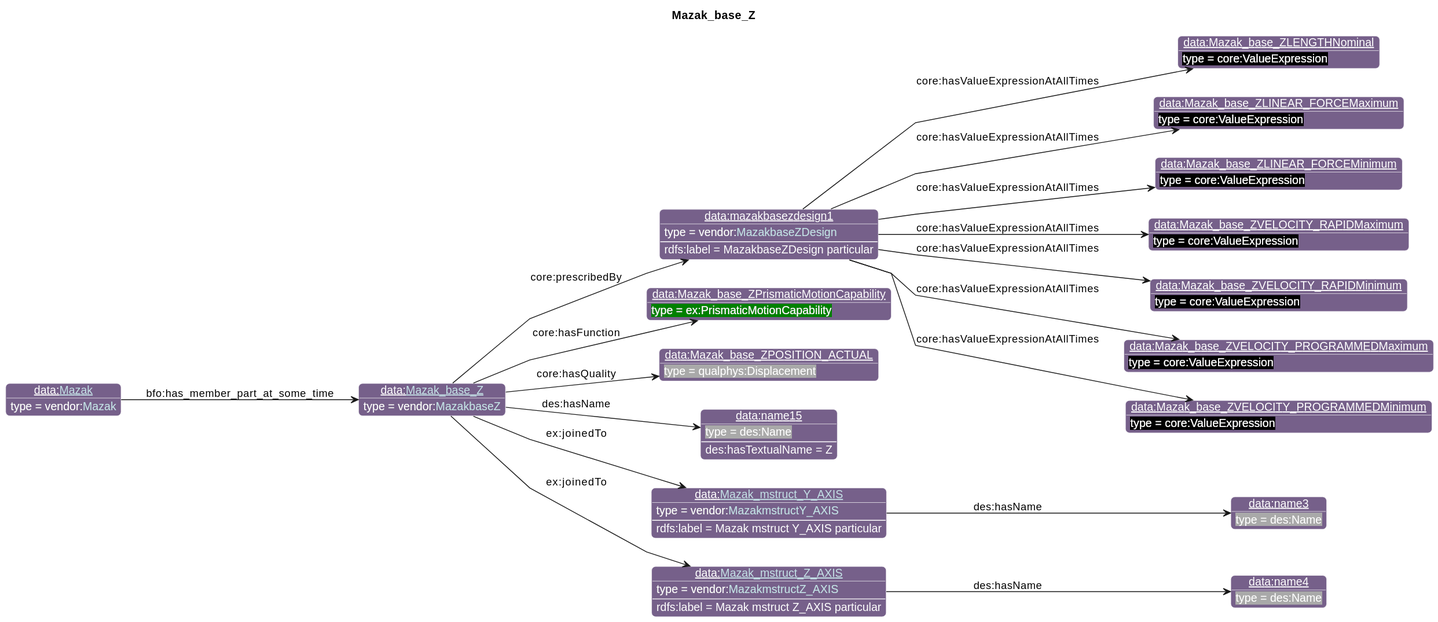
Above: diagrams/Mazak_base_Z.svg in iofoundry/example-syseng-mtconnect (PlantUML), before the change.
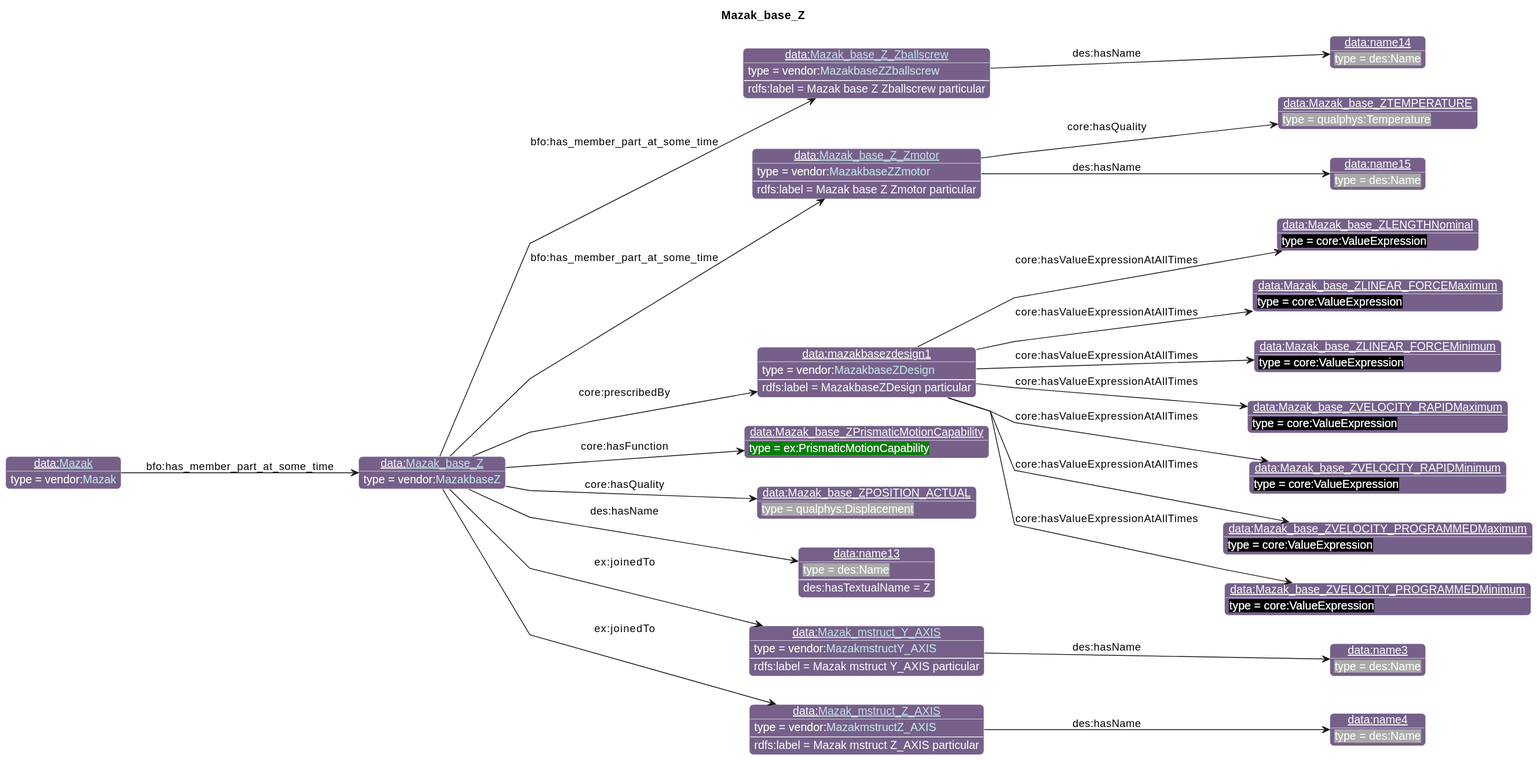
After the change.

Change to the diagram source:
```diff
@@ -26,40 +26,52 @@
                       "qp":"641B2E"
       }
 individual(o0, data:[[./Mazak_base_Z.html Mazak_base_Z]], vendor:[[../Mazak.html#MazakbaseZ MazakbaseZ]])
-individual(o1, data:mazakbasezdesign1, vendor:[[../Mazak.html#MazakbaseZDesign MazakbaseZDesign]])
-individual(o2, data:Mazak_base_ZLENGTHNominal, core:ValueExpression)
-individual(o3, data:Mazak_base_ZLINEAR_FORCEMaximum, core:ValueExpression)
-individual(o4, data:Mazak_base_ZLINEAR_FORCEMinimum, core:ValueExpression)
-individual(o5, data:Mazak_base_ZVELOCITY_RAPIDMaximum, core:ValueExpression)
-individual(o6, data:Mazak_base_ZVELOCITY_RAPIDMinimum, core:ValueExpression)
-individual(o7, data:Mazak_base_ZVELOCITY_PROGRAMMEDMaximum, core:ValueExpression)
-individual(o8, data:Mazak_base_ZVELOCITY_PROGRAMMEDMinimum, core:ValueExpression)
-individual(o9, data:Mazak_base_ZPrismaticMotionCapability, ex:PrismaticMotionCapability)
-individual(o10, data:Mazak_base_ZPOSITION_ACTUAL, qualphys:Displacement)
-individual(o11, data:name15, des:Name)
-individual(o12, data:[[./Mazak_mstruct_Y_AXIS.html Mazak_mstruct_Y_AXIS]], vendor:[[../Mazak.html#MazakmstructY_AXIS MazakmstructY_AXIS]])
-individual(o13, data:name3, des:Name)
-individual(o14, data:[[./Mazak_mstruct_Z_AXIS.html Mazak_mstruct_Z_AXIS]], vendor:[[../Mazak.html#MazakmstructZ_AXIS MazakmstructZ_AXIS]])
-individual(o15, data:name4, des:Name)
-individual(o16, data:[[./Mazak.html Mazak]], vendor:[[../Mazak.html#Mazak Mazak]])
-property(o0, "core:prescribedBy", o1)
-data(o1, "rdfs:label", "MazakbaseZDesign particular")
-property(o1, "core:hasValueExpressionAtAllTimes", o2)
-property(o1, "core:hasValueExpressionAtAllTimes", o3)
-property(o1, "core:hasValueExpressionAtAllTimes", o4)
-property(o1, "core:hasValueExpressionAtAllTimes", o5)
-property(o1, "core:hasValueExpressionAtAllTimes", o6)
-property(o1, "core:hasValueExpressionAtAllTimes", o7)
-property(o1, "core:hasValueExpressionAtAllTimes", o8)
-property(o0, "core:hasFunction", o9)
-property(o0, "core:hasQuality", o10)
-property(o0, "des:hasName", o11)
-data(o11, "des:hasTextualName", "Z")
-property(o0, "ex:joinedTo", o12)
-data(o12, "rdfs:label", "Mazak mstruct Y_AXIS particular")
-property(o12, "des:hasName", o13)
-property(o0, "ex:joinedTo", o14)
-data(o14, "rdfs:label", "Mazak mstruct Z_AXIS particular")
-property(o14, "des:hasName", o15)
-property(o16, "bfo:has_member_part_at_some_time", o0)
+individual(o1, data:[[./Mazak_base_Z_Zballscrew.html Mazak_base_Z_Zballscrew]], vendor:[[../Mazak.html#MazakbaseZZballscrew MazakbaseZZballscrew]])
+individual(o2, data:name14, des:Name)
+individual(o3, data:[[./Mazak_base_Z_Zmotor.html Mazak_base_Z_Zmotor]], vendor:[[../Mazak.html#MazakbaseZZmotor MazakbaseZZmotor]])
+individual(o4, data:Mazak_base_ZTEMPERATURE, qualphys:Temperature)
+individual(o5, data:name15, des:Name)
+individual(o6, data:mazakbasezdesign1, vendor:[[../Mazak.html#MazakbaseZDesign MazakbaseZDesign]])
+individual(o7, data:Mazak_base_ZLENGTHNominal, core:ValueExpression)
+individual(o8, data:Mazak_base_ZLINEAR_FORCEMaximum, core:ValueExpression)
+individual(o9, data:Mazak_base_ZLINEAR_FORCEMinimum, core:ValueExpression)
+individual(o10, data:Mazak_base_ZVELOCITY_RAPIDMaximum, core:ValueExpression)
+individual(o11, data:Mazak_base_ZVELOCITY_RAPIDMinimum, core:ValueExpression)
+individual(o12, data:Mazak_base_ZVELOCITY_PROGRAMMEDMaximum, core:ValueExpression)
+individual(o13, data:Mazak_base_ZVELOCITY_PROGRAMMEDMinimum, core:ValueExpression)
+individual(o14, data:Mazak_base_ZPrismaticMotionCapability, ex:PrismaticMotionCapability)
+individual(o15, data:Mazak_base_ZPOSITION_ACTUAL, qualphys:Displacement)
+individual(o16, data:name13, des:Name)
+individual(o17, data:[[./Mazak_mstruct_Y_AXIS.html Mazak_mstruct_Y_AXIS]], vendor:[[../Mazak.html#MazakmstructY_AXIS MazakmstructY_AXIS]])
+individual(o18, data:name3, des:Name)
+individual(o19, data:[[./Mazak_mstruct_Z_AXIS.html Mazak_mstruct_Z_AXIS]], vendor:[[../Mazak.html#MazakmstructZ_AXIS MazakmstructZ_AXIS]])
+individual(o20, data:name4, des:Name)
+individual(o21, data:[[./Mazak.html Mazak]], vendor:[[../Mazak.html#Mazak Mazak]])
+property(o0, "bfo:has_member_part_at_some_time", o1)
+data(o1, "rdfs:label", "Mazak base Z Zballscrew particular")
+property(o1, "des:hasName", o2)
+property(o0, "bfo:has_member_part_at_some_time", o3)
+data(o3, "rdfs:label", "Mazak base Z Zmotor particular")
+property(o3, "core:hasQuality", o4)
+property(o3, "des:hasName", o5)
+property(o0, "core:prescribedBy", o6)
+data(o6, "rdfs:label", "MazakbaseZDesign particular")
+property(o6, "core:hasValueExpressionAtAllTimes", o7)
+property(o6, "core:hasValueExpressionAtAllTimes", o8)
+property(o6, "core:hasValueExpressionAtAllTimes", o9)
+property(o6, "core:hasValueExpressionAtAllTimes", o10)
+property(o6, "core:hasValueExpressionAtAllTimes", o11)
+property(o6, "core:hasValueExpressionAtAllTimes", o12)
+property(o6, "core:hasValueExpressionAtAllTimes", o13)
+property(o0, "core:hasFunction", o14)
+property(o0, "core:hasQuality", o15)
+property(o0, "des:hasName", o16)
+data(o16, "des:hasTextualName", "Z")
+property(o0, "ex:joinedTo", o17)
+data(o17, "rdfs:label", "Mazak mstruct Y_AXIS particular")
+property(o17, "des:hasName", o18)
+property(o0, "ex:joinedTo", o19)
+data(o19, "rdfs:label", "Mazak mstruct Z_AXIS particular")
+property(o19, "des:hasName", o20)
+property(o21, "bfo:has_member_part_at_some_time", o0)
 @enduml
```
